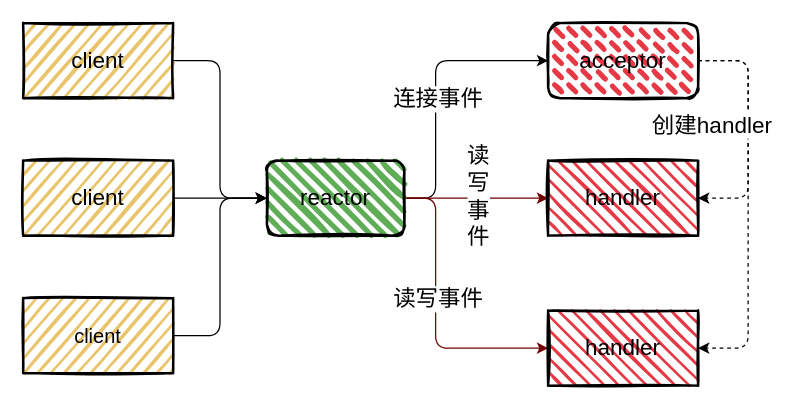
Before: page "reactor" (1 of 25) of redis/redis.drawio in boilingfrog/Go-POINT, a draw.io diagram. Source tidied: cells renumbered, new cells numbered last; positions are measured from the earlier drawing's top-left corner, leaving out a move shared by most shapes. Both pictures are drawn from the tidied source at 125%, with x=0, y=0 at pixel (22, 22).
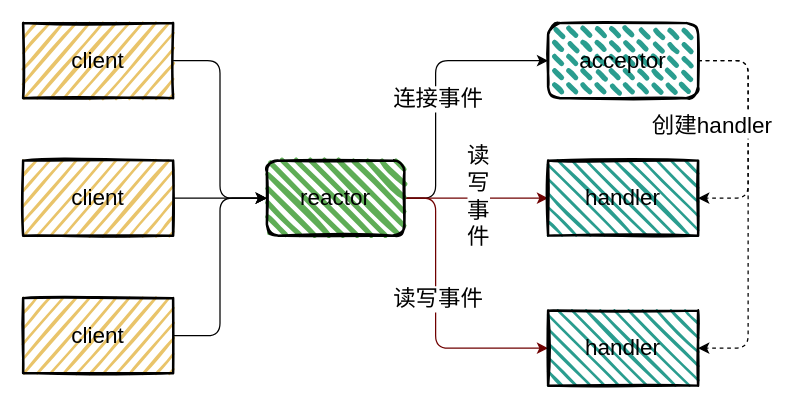
The same page after the edit.

Commit message (it also covers changes not shown here):
feat:redis 中的原子性

Diff of the diagram source:
```diff
@@
-    <mxCell id="14" value="&lt;font style=&quot;font-size: 18px&quot;&gt;acceptor&lt;/font&gt;" style="rounded=1;whiteSpace=wrap;html=1;fontFamily=Helvetica;fontSize=16;fontColor=default;strokeColor=default;fillColor=#E63946;strokeWidth=2;fillWeight=4;hachureGap=8;fillStyle=dashed;sketch=1;hachureAngle=45;" parent="1" vertex="1">
+    <mxCell id="14" value="&lt;font style=&quot;font-size: 18px&quot;&gt;acceptor&lt;/font&gt;" style="rounded=1;whiteSpace=wrap;html=1;fontFamily=Helvetica;fontSize=16;fontColor=default;strokeColor=default;fillColor=#2A9D8F;strokeWidth=2;fillWeight=4;hachureGap=8;fillStyle=dashed;sketch=1;hachureAngle=45;" parent="1" vertex="1">
       <mxGeometry x="420" width="120" height="60" as="geometry" />
     </mxCell>
-    <mxCell id="15" value="&lt;font style=&quot;font-size: 18px&quot;&gt;handler&lt;/font&gt;" style="rounded=0;whiteSpace=wrap;html=1;fontFamily=Helvetica;fontSize=12;fontColor=default;strokeColor=default;fillColor=#E63946;strokeWidth=2;fillWeight=2;hachureGap=8;fillStyle=dots;sketch=1;hachureAngle=45;" parent="1" vertex="1">
+    <mxCell id="15" value="&lt;font style=&quot;font-size: 18px&quot;&gt;handler&lt;/font&gt;" style="rounded=0;whiteSpace=wrap;html=1;fontFamily=Helvetica;fontSize=12;fontColor=default;strokeColor=default;fillColor=#2A9D8F;strokeWidth=2;fillWeight=2;hachureGap=8;fillStyle=dots;sketch=1;hachureAngle=45;" parent="1" vertex="1">
       <mxGeometry x="420" y="110" width="120" height="60" as="geometry" />
     </mxCell>
-    <mxCell id="16" value="&lt;font style=&quot;font-size: 18px&quot;&gt;handler&lt;/font&gt;" style="rounded=0;whiteSpace=wrap;html=1;fontFamily=Helvetica;fontSize=12;fontColor=default;strokeColor=default;fillColor=#E63946;strokeWidth=2;fillWeight=2;hachureGap=8;fillStyle=dots;sketch=1;hachureAngle=45;" parent="1" vertex="1">
+    <mxCell id="16" value="&lt;font style=&quot;font-size: 18px&quot;&gt;handler&lt;/font&gt;" style="rounded=0;whiteSpace=wrap;html=1;fontFamily=Helvetica;fontSize=12;fontColor=default;strokeColor=default;fillColor=#2A9D8F;strokeWidth=2;fillWeight=2;hachureGap=8;fillStyle=dots;sketch=1;hachureAngle=45;" parent="1" vertex="1">
       <mxGeometry x="420" y="230" width="120" height="60" as="geometry" />
     </mxCell>
@@
-    <mxCell id="20" value="&lt;span style=&quot;font-size: 16px&quot;&gt;client&lt;/span&gt;" style="rounded=0;whiteSpace=wrap;html=1;fontFamily=Helvetica;fontSize=12;fontColor=default;strokeColor=default;fillColor=#E9C46A;strokeWidth=2;fillWeight=2;hachureGap=8;fillStyle=dots;sketch=1;" parent="1" vertex="1">
+    <mxCell id="20" value="&lt;font style=&quot;font-size: 18px&quot;&gt;client&lt;/font&gt;" style="rounded=0;whiteSpace=wrap;html=1;fontFamily=Helvetica;fontSize=12;fontColor=default;strokeColor=default;fillColor=#E9C46A;strokeWidth=2;fillWeight=2;hachureGap=8;fillStyle=dots;sketch=1;" parent="1" vertex="1">
       <mxGeometry y="220" width="120" height="60" as="geometry" />
     </mxCell>
```
